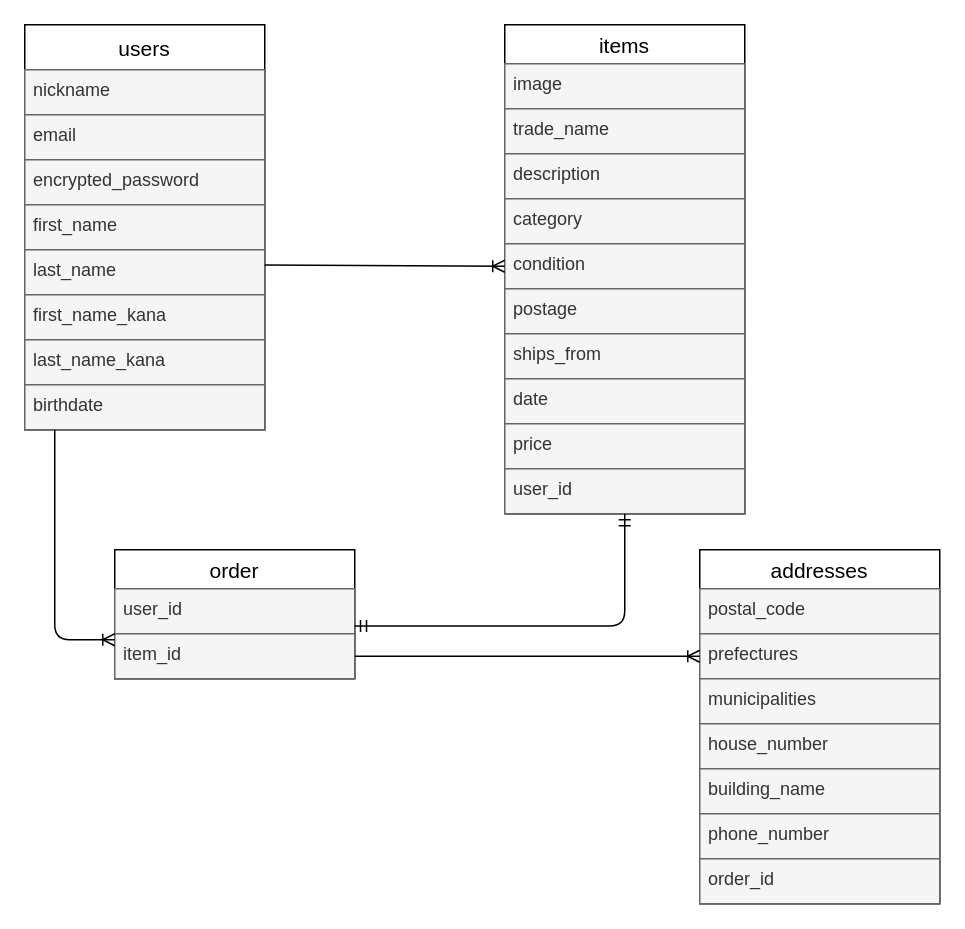
Before: ER.dio in BenioGoshima/furima-39608, a draw.io diagram. Source tidied: cells renumbered, new cells numbered last; positions are measured from the earlier drawing's top-left corner, leaving out a move shared by most shapes. Both pictures are drawn from the tidied source at 150%, with x=0, y=0 at pixel (24, 24).
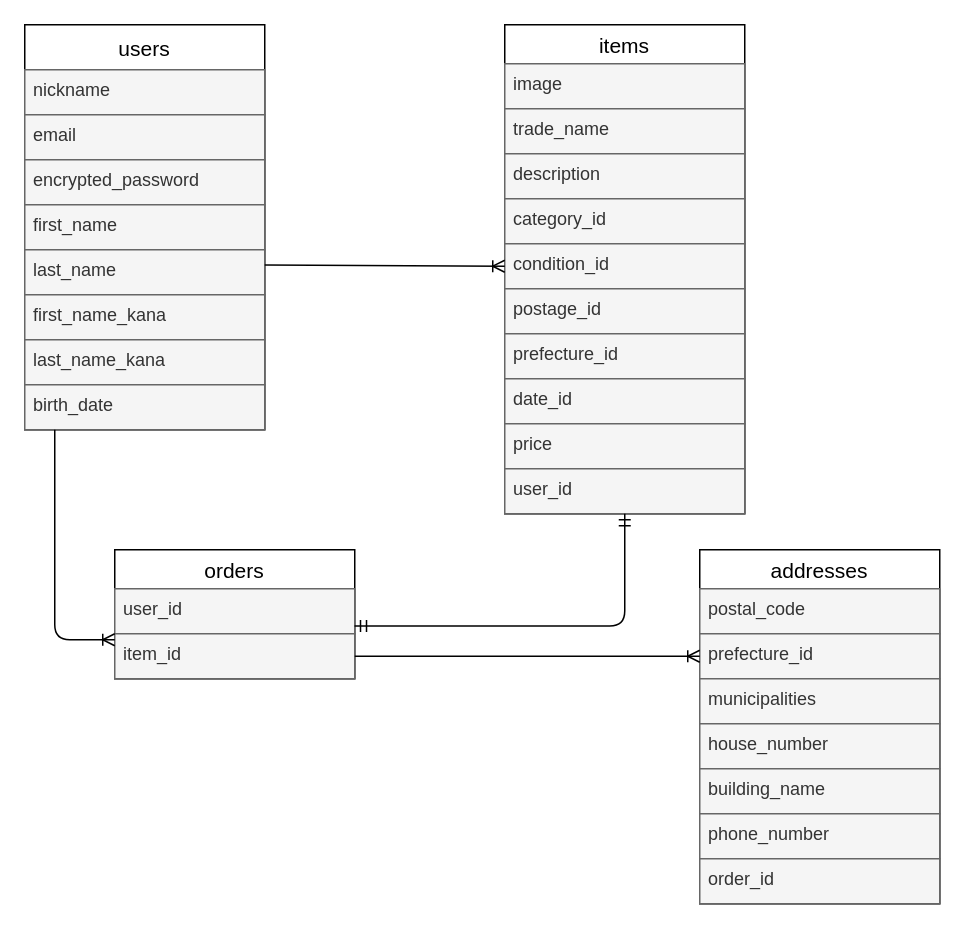
After the change.

Commit message (it also covers changes not shown here):
データベース設計の再修正

Unchanged cells that the change refers to:
```xml
<mxCell id="2" value="users" style="swimlane;fontStyle=0;horizontal=1;startSize=30;align=center;fontSize=14;" parent="1" vertex="1">
  <mxGeometry width="160" height="270" as="geometry" />
</mxCell>
<mxCell id="11" value="items" style="swimlane;fontStyle=0;horizontal=1;startSize=26;align=center;fontSize=14;" parent="1" vertex="1">
  <mxGeometry x="320" width="160" height="326" as="geometry" />
</mxCell>
<mxCell id="25" value="addresses" style="swimlane;fontStyle=0;horizontal=1;startSize=26;align=center;fontSize=14;strokeColor=default;" parent="1" vertex="1">
  <mxGeometry x="450" y="350" width="160" height="236" as="geometry" />
</mxCell>
```

The edit, as a diff of the source:
```diff
@@
-    <mxCell id="10" value="birthdate" style="text;strokeColor=#666666;fillColor=#f5f5f5;spacingLeft=4;spacingRight=4;overflow=hidden;fontSize=12;fontColor=#333333;" parent="2" vertex="1">
+    <mxCell id="10" value="birth_date" style="text;strokeColor=#666666;fillColor=#f5f5f5;spacingLeft=4;spacingRight=4;overflow=hidden;fontSize=12;fontColor=#333333;" parent="2" vertex="1">
       <mxGeometry y="240" width="160" height="30" as="geometry" />
     </mxCell>
@@
-    <mxCell id="15" value="category" style="text;strokeColor=#666666;fillColor=#f5f5f5;spacingLeft=4;spacingRight=4;overflow=hidden;fontSize=12;fontColor=#333333;" parent="11" vertex="1">
+    <mxCell id="15" value="category_id" style="text;strokeColor=#666666;fillColor=#f5f5f5;spacingLeft=4;spacingRight=4;overflow=hidden;fontSize=12;fontColor=#333333;" parent="11" vertex="1">
       <mxGeometry y="116" width="160" height="30" as="geometry" />
     </mxCell>
-    <mxCell id="16" value="condition" style="text;strokeColor=#666666;fillColor=#f5f5f5;spacingLeft=4;spacingRight=4;overflow=hidden;points=[[0,0.5],[1,0.5]];portConstraint=eastwest;fontSize=12;fontColor=#333333;" parent="11" vertex="1">
+    <mxCell id="16" value="condition_id" style="text;strokeColor=#666666;fillColor=#f5f5f5;spacingLeft=4;spacingRight=4;overflow=hidden;points=[[0,0.5],[1,0.5]];portConstraint=eastwest;fontSize=12;fontColor=#333333;" parent="11" vertex="1">
       <mxGeometry y="146" width="160" height="30" as="geometry" />
     </mxCell>
-    <mxCell id="17" value="postage" style="text;strokeColor=#666666;fillColor=#f5f5f5;spacingLeft=4;spacingRight=4;overflow=hidden;fontSize=12;fontColor=#333333;" parent="11" vertex="1">
+    <mxCell id="17" value="postage_id" style="text;strokeColor=#666666;fillColor=#f5f5f5;spacingLeft=4;spacingRight=4;overflow=hidden;fontSize=12;fontColor=#333333;" parent="11" vertex="1">
       <mxGeometry y="176" width="160" height="30" as="geometry" />
     </mxCell>
-    <mxCell id="18" value="ships_from" style="text;strokeColor=#666666;fillColor=#f5f5f5;spacingLeft=4;spacingRight=4;overflow=hidden;fontSize=12;fontColor=#333333;" parent="11" vertex="1">
+    <mxCell id="18" value="prefecture_id" style="text;strokeColor=#666666;fillColor=#f5f5f5;spacingLeft=4;spacingRight=4;overflow=hidden;fontSize=12;fontColor=#333333;" parent="11" vertex="1">
       <mxGeometry y="206" width="160" height="30" as="geometry" />
     </mxCell>
-    <mxCell id="19" value="date" style="text;strokeColor=#666666;fillColor=#f5f5f5;spacingLeft=4;spacingRight=4;overflow=hidden;fontSize=12;fontColor=#333333;" parent="11" vertex="1">
+    <mxCell id="19" value="date_id" style="text;strokeColor=#666666;fillColor=#f5f5f5;spacingLeft=4;spacingRight=4;overflow=hidden;fontSize=12;fontColor=#333333;" parent="11" vertex="1">
       <mxGeometry y="236" width="160" height="30" as="geometry" />
     </mxCell>
@@
-    <mxCell id="22" value="order" style="swimlane;fontStyle=0;horizontal=1;startSize=26;align=center;fontSize=14;strokeColor=default;" parent="1" vertex="1">
+    <mxCell id="22" value="orders" style="swimlane;fontStyle=0;horizontal=1;startSize=26;align=center;fontSize=14;strokeColor=default;" parent="1" vertex="1">
       <mxGeometry x="60" y="350" width="160" height="86" as="geometry" />
     </mxCell>
@@
-    <mxCell id="27" value="prefectures" style="text;strokeColor=#666666;fillColor=#f5f5f5;spacingLeft=4;spacingRight=4;overflow=hidden;points=[[0,0.5],[1,0.5]];portConstraint=eastwest;fontSize=12;fontColor=#333333;" parent="25" vertex="1">
+    <mxCell id="27" value="prefecture_id" style="text;strokeColor=#666666;fillColor=#f5f5f5;spacingLeft=4;spacingRight=4;overflow=hidden;points=[[0,0.5],[1,0.5]];portConstraint=eastwest;fontSize=12;fontColor=#333333;" parent="25" vertex="1">
       <mxGeometry y="56" width="160" height="30" as="geometry" />
     </mxCell>
```
